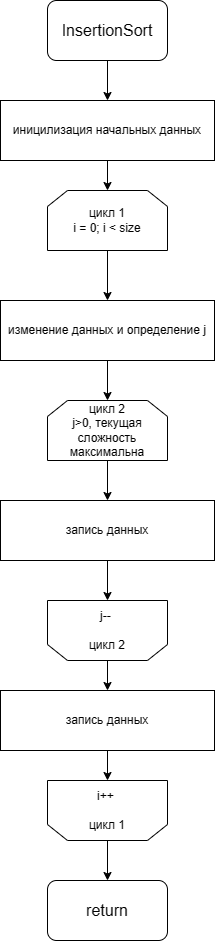
Above: Diagrams/InsertionSort.png in alrx31/ExamineConstructor (draw.io), before the change. Source tidied: cells renumbered, new cells last; positions are measured from the earlier drawing's top-left corner, leaving out a move shared by most shapes.
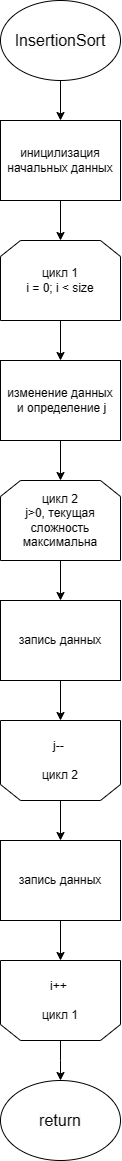
The same file after the commit.

The edit, as a diff of the source:
```diff
@@ -2,62 +2,64 @@
   <root>
     <mxCell id="0" />
     <mxCell id="1" parent="0" />
-    <mxCell id="2" style="edgeStyle=orthogonalEdgeStyle;rounded=0;jettySize=auto;html=1;" parent="1" edge="1" source="3" target="5">
-      <mxGeometry relative="1" as="geometry" />
-    </mxCell>
-    <mxCell id="3" value="&lt;font style=&quot;font-size: 16px;&quot;&gt;InsertionSort&lt;/font&gt;" style="rounded=1;whiteSpace=wrap;html=1;" parent="1" vertex="1">
-      <mxGeometry x="47" width="120" height="60" as="geometry" />
-    </mxCell>
     <mxCell id="4" style="edgeStyle=orthogonalEdgeStyle;rounded=0;jettySize=auto;html=1;" parent="1" edge="1" source="5" target="7">
       <mxGeometry relative="1" as="geometry" />
     </mxCell>
     <mxCell id="5" value="иницилизация начальных данных" style="rounded=0;whiteSpace=wrap;html=1;" parent="1" vertex="1">
-      <mxGeometry y="100" width="214" height="60" as="geometry" />
+      <mxGeometry x="53" y="120" width="120" height="80" as="geometry" />
     </mxCell>
     <mxCell id="6" style="edgeStyle=orthogonalEdgeStyle;rounded=0;jettySize=auto;html=1;" parent="1" edge="1" source="7" target="11">
       <mxGeometry relative="1" as="geometry" />
     </mxCell>
     <mxCell id="7" value="цикл 1&lt;br style=&quot;font-size: 12px;&quot;&gt;i = 0; i &amp;lt; size" style="shape=loopLimit;whiteSpace=wrap;html=1;fontSize=12;fontStyle=0;" parent="1" vertex="1">
-      <mxGeometry x="47" y="190" width="120" height="60" as="geometry" />
+      <mxGeometry x="53" y="240" width="120" height="80" as="geometry" />
     </mxCell>
-    <mxCell id="8" style="edgeStyle=orthogonalEdgeStyle;rounded=0;jettySize=auto;html=1;" parent="1" edge="1" source="9" target="20">
-      <mxGeometry relative="1" as="geometry" />
+    <mxCell id="8" style="edgeStyle=orthogonalEdgeStyle;rounded=0;jettySize=auto;html=1;" parent="1" edge="1" source="9">
+      <mxGeometry relative="1" as="geometry">
+        <mxPoint x="113" y="1080" as="targetPoint" />
+      </mxGeometry>
     </mxCell>
     <mxCell id="9" value="i++&amp;nbsp;&lt;br style=&quot;font-size: 12px;&quot;&gt;&lt;br style=&quot;font-size: 12px;&quot;&gt;цикл 1" style="shape=loopLimit;whiteSpace=wrap;html=1;direction=west;fontSize=12;fontStyle=0;" parent="1" vertex="1">
-      <mxGeometry x="47" y="780" width="120" height="60" as="geometry" />
+      <mxGeometry x="53" y="960" width="120" height="80" as="geometry" />
     </mxCell>
     <mxCell id="10" style="edgeStyle=orthogonalEdgeStyle;rounded=0;jettySize=auto;html=1;" parent="1" edge="1" source="11" target="13">
       <mxGeometry relative="1" as="geometry" />
     </mxCell>
-    <mxCell id="11" value="изменение данных и определение j" style="rounded=0;whiteSpace=wrap;html=1;" parent="1" vertex="1">
-      <mxGeometry y="300" width="214" height="60" as="geometry" />
+    <mxCell id="11" value="изменение данных&lt;div&gt;&amp;nbsp;и определение j&lt;/div&gt;" style="rounded=0;whiteSpace=wrap;html=1;" parent="1" vertex="1">
+      <mxGeometry x="53" y="360" width="120" height="80" as="geometry" />
     </mxCell>
     <mxCell id="12" style="edgeStyle=orthogonalEdgeStyle;rounded=0;jettySize=auto;html=1;" parent="1" edge="1" source="13" target="17">
       <mxGeometry relative="1" as="geometry" />
     </mxCell>
     <mxCell id="13" value="цикл 2&lt;br style=&quot;font-size: 12px;&quot;&gt;j&amp;gt;0, текущая сложность максимальна" style="shape=loopLimit;whiteSpace=wrap;html=1;fontSize=12;fontStyle=0;" parent="1" vertex="1">
-      <mxGeometry x="47" y="400" width="120" height="60" as="geometry" />
+      <mxGeometry x="53" y="480" width="120" height="80" as="geometry" />
     </mxCell>
     <mxCell id="14" style="edgeStyle=orthogonalEdgeStyle;rounded=0;jettySize=auto;html=1;" parent="1" edge="1" source="15" target="19">
       <mxGeometry relative="1" as="geometry" />
     </mxCell>
     <mxCell id="15" value="j--&amp;nbsp;&lt;br style=&quot;font-size: 12px;&quot;&gt;&lt;br style=&quot;font-size: 12px;&quot;&gt;цикл 2" style="shape=loopLimit;whiteSpace=wrap;html=1;direction=west;fontSize=12;fontStyle=0;" parent="1" vertex="1">
-      <mxGeometry x="47" y="600" width="120" height="60" as="geometry" />
+      <mxGeometry x="53" y="720" width="120" height="80" as="geometry" />
     </mxCell>
     <mxCell id="16" style="edgeStyle=orthogonalEdgeStyle;rounded=0;jettySize=auto;html=1;" parent="1" edge="1" source="17" target="15">
       <mxGeometry relative="1" as="geometry" />
     </mxCell>
     <mxCell id="17" value="запись данных" style="rounded=0;whiteSpace=wrap;html=1;" parent="1" vertex="1">
-      <mxGeometry y="500" width="214" height="60" as="geometry" />
+      <mxGeometry x="53" y="600" width="120" height="80" as="geometry" />
     </mxCell>
     <mxCell id="18" style="edgeStyle=orthogonalEdgeStyle;rounded=0;jettySize=auto;html=1;" parent="1" edge="1" source="19" target="9">
       <mxGeometry relative="1" as="geometry" />
     </mxCell>
     <mxCell id="19" value="запись данных" style="rounded=0;whiteSpace=wrap;html=1;" parent="1" vertex="1">
-      <mxGeometry y="690" width="214" height="60" as="geometry" />
+      <mxGeometry x="53" y="840" width="120" height="80" as="geometry" />
     </mxCell>
+    <mxCell id="2" style="edgeStyle=orthogonalEdgeStyle;rounded=0;jettySize=auto;html=1;" parent="1" edge="1" source="3" target="5">
+      <mxGeometry relative="1" as="geometry" />
+    </mxCell>
+    <mxCell id="3" value="&lt;span style=&quot;color: rgb(0, 0, 0); font-family: Helvetica; font-size: 16px; font-style: normal; font-variant-ligatures: normal; font-variant-caps: normal; font-weight: 400; letter-spacing: normal; orphans: 2; text-align: center; text-indent: 0px; text-transform: none; widows: 2; word-spacing: 0px; -webkit-text-stroke-width: 0px; white-space: normal; background-color: rgb(251, 251, 251); text-decoration-thickness: initial; text-decoration-style: initial; text-decoration-color: initial; display: inline !important; float: none;&quot;&gt;InsertionSort&lt;/span&gt;" style="ellipse;whiteSpace=wrap;html=1;" parent="1" vertex="1">
+      <mxGeometry x="53" width="120" height="80" as="geometry" />
+    </mxCell>
-    <mxCell id="20" value="&lt;span style=&quot;font-size: 16px;&quot;&gt;return&lt;/span&gt;" style="rounded=1;whiteSpace=wrap;html=1;" parent="1" vertex="1">
-      <mxGeometry x="47" y="880" width="120" height="60" as="geometry" />
+    <mxCell id="20" value="&lt;span style=&quot;color: rgb(0, 0, 0); font-family: Helvetica; font-size: 16px; font-style: normal; font-variant-ligatures: normal; font-variant-caps: normal; font-weight: 400; letter-spacing: normal; orphans: 2; text-align: center; text-indent: 0px; text-transform: none; widows: 2; word-spacing: 0px; -webkit-text-stroke-width: 0px; white-space: normal; background-color: rgb(251, 251, 251); text-decoration-thickness: initial; text-decoration-style: initial; text-decoration-color: initial; display: inline !important; float: none;&quot;&gt;return&lt;/span&gt;" style="ellipse;whiteSpace=wrap;html=1;" parent="1" vertex="1">
+      <mxGeometry x="53" y="1080" width="120" height="80" as="geometry" />
     </mxCell>
   </root>
 </mxGraphModel>
```
